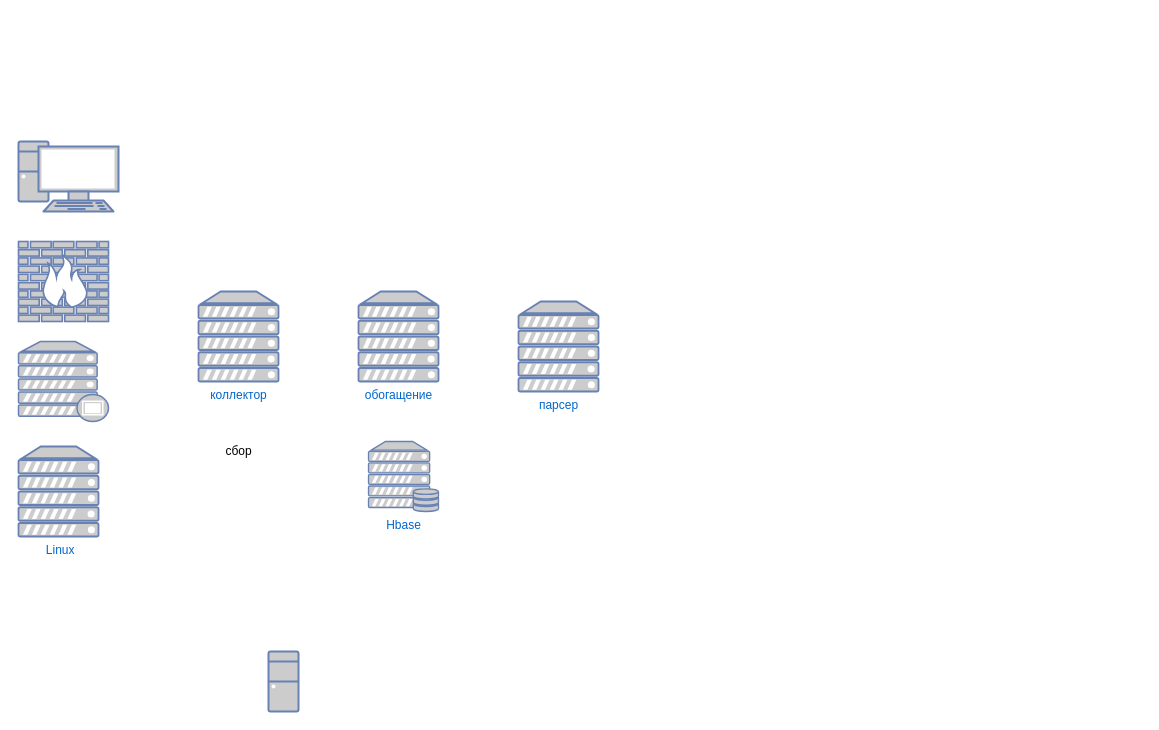
Earlier version of the draw.io diagram contrib/Untitled Diagram.drawio (zydyka/sigma). Source tidied: cells renumbered, new cells numbered last; positions are measured from the earlier drawing's top-left corner, leaving out a move shared by most shapes. Both pictures are drawn from the tidied source at 100%, with x=0, y=0 at pixel (18, 141).
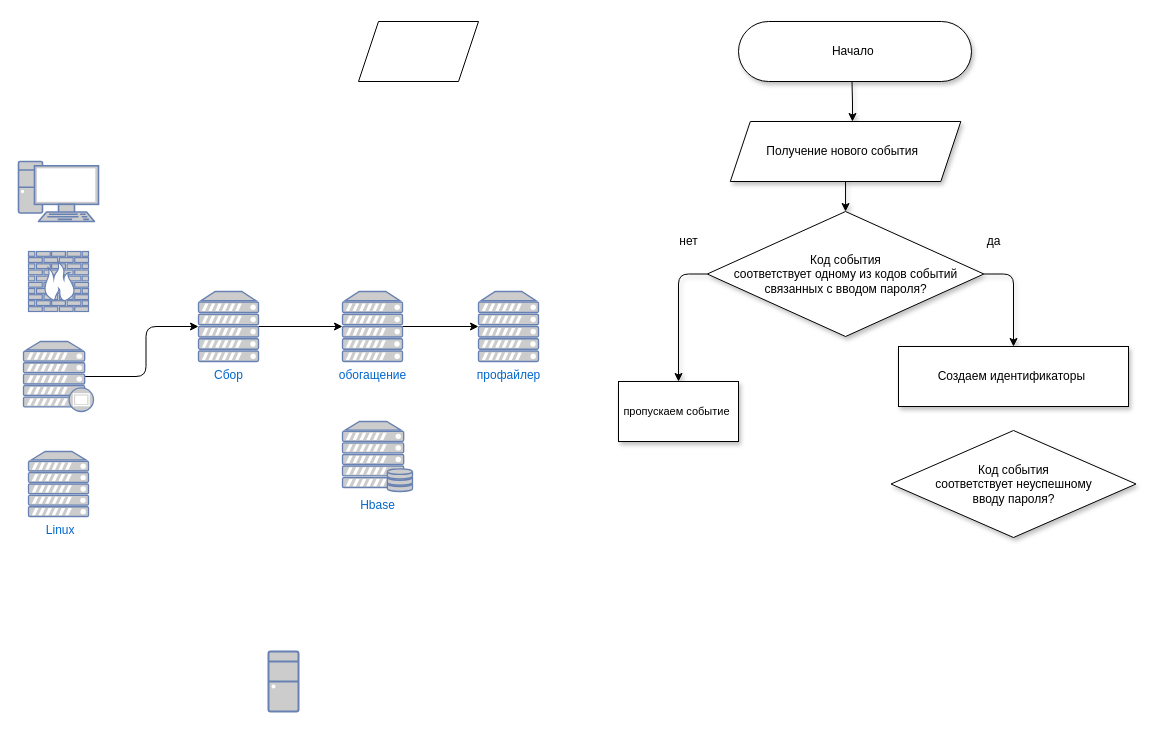
Above is the later version.

Change to the diagram source:
```diff
@@
     <mxCell id="2" style="fontColor=#0066CC;verticalAlign=top;verticalLabelPosition=bottom;labelPosition=center;align=center;html=1;fillColor=#CCCCCC;strokeColor=#6881B3;gradientColor=none;gradientDirection=north;strokeWidth=2;shape=mxgraph.networks.pc;" parent="1" vertex="1">
-      <mxGeometry width="100" height="70" as="geometry" />
+      <mxGeometry y="20" width="80" height="60" as="geometry" />
     </mxCell>
+    <mxCell id="12" style="edgeStyle=orthogonalEdgeStyle;jettySize=auto;html=1;exitX=0.88;exitY=0.5;exitDx=0;exitDy=0;exitPerimeter=0;" parent="1" edge="1" source="3" target="5">
+      <mxGeometry relative="1" as="geometry" />
+    </mxCell>
     <mxCell id="3" style="fontColor=#0066CC;verticalAlign=top;verticalLabelPosition=bottom;labelPosition=center;align=center;html=1;outlineConnect=0;fillColor=#CCCCCC;strokeColor=#6881B3;gradientColor=none;gradientDirection=north;strokeWidth=2;shape=mxgraph.networks.proxy_server;" parent="1" vertex="1">
-      <mxGeometry y="200" width="90" height="80" as="geometry" />
+      <mxGeometry x="5" y="200" width="70" height="70" as="geometry" />
     </mxCell>
     <mxCell id="4" value="&amp;nbsp;Linux" style="fontColor=#0066CC;verticalAlign=top;verticalLabelPosition=bottom;labelPosition=center;align=center;html=1;fillColor=#CCCCCC;strokeColor=#6881B3;gradientColor=none;gradientDirection=north;strokeWidth=2;shape=mxgraph.networks.server;" parent="1" vertex="1">
-      <mxGeometry y="305" width="80" height="90" as="geometry" />
+      <mxGeometry x="10" y="310" width="60" height="65" as="geometry" />
     </mxCell>
+    <mxCell id="13" style="edgeStyle=orthogonalEdgeStyle;jettySize=auto;html=1;exitX=1;exitY=0.5;exitDx=0;exitDy=0;exitPerimeter=0;entryX=0;entryY=0.5;entryDx=0;entryDy=0;entryPerimeter=0;" parent="1" edge="1" source="5" target="9">
+      <mxGeometry relative="1" as="geometry" />
+    </mxCell>
-    <mxCell id="5" value="коллектор" style="fontColor=#0066CC;verticalAlign=top;verticalLabelPosition=bottom;labelPosition=center;align=center;html=1;outlineConnect=0;fillColor=#CCCCCC;strokeColor=#6881B3;gradientColor=none;gradientDirection=north;strokeWidth=2;shape=mxgraph.networks.server;" parent="1" vertex="1">
-      <mxGeometry x="180" y="150" width="80" height="90" as="geometry" />
+    <mxCell id="5" value="Сбор" style="fontColor=#0066CC;verticalAlign=top;verticalLabelPosition=bottom;labelPosition=center;align=center;html=1;outlineConnect=0;fillColor=#CCCCCC;strokeColor=#6881B3;gradientColor=none;gradientDirection=north;strokeWidth=2;shape=mxgraph.networks.server;" parent="1" vertex="1">
+      <mxGeometry x="180" y="150" width="60" height="70" as="geometry" />
     </mxCell>
-    <mxCell id="6" value="сбор" style="text;html=1;align=center;verticalAlign=middle;strokeColor=none;" parent="1" vertex="1">
-      <mxGeometry x="200" y="300" width="40" height="20" as="geometry" />
-    </mxCell>
@@
     <mxCell id="8" style="fontColor=#0066CC;verticalAlign=top;verticalLabelPosition=bottom;labelPosition=center;align=center;html=1;fillColor=#CCCCCC;strokeColor=#6881B3;gradientColor=none;gradientDirection=north;strokeWidth=2;shape=mxgraph.networks.firewall;" parent="1" vertex="1">
-      <mxGeometry y="100" width="90" height="80" as="geometry" />
+      <mxGeometry x="10" y="110" width="60" height="60" as="geometry" />
     </mxCell>
+    <mxCell id="14" style="edgeStyle=orthogonalEdgeStyle;jettySize=auto;html=1;exitX=1;exitY=0.5;exitDx=0;exitDy=0;exitPerimeter=0;entryX=0;entryY=0.5;entryDx=0;entryDy=0;entryPerimeter=0;" parent="1" edge="1" source="9" target="10">
+      <mxGeometry relative="1" as="geometry" />
+    </mxCell>
     <mxCell id="9" value="обогащение" style="fontColor=#0066CC;verticalAlign=top;verticalLabelPosition=bottom;labelPosition=center;align=center;html=1;outlineConnect=0;fillColor=#CCCCCC;strokeColor=#6881B3;gradientColor=none;gradientDirection=north;strokeWidth=2;shape=mxgraph.networks.server;" parent="1" vertex="1">
-      <mxGeometry x="340" y="150" width="80" height="90" as="geometry" />
+      <mxGeometry x="324" y="150" width="60" height="70" as="geometry" />
     </mxCell>
-    <mxCell id="10" value="парсер" style="fontColor=#0066CC;verticalAlign=top;verticalLabelPosition=bottom;labelPosition=center;align=center;html=1;outlineConnect=0;fillColor=#CCCCCC;strokeColor=#6881B3;gradientColor=none;gradientDirection=north;strokeWidth=2;shape=mxgraph.networks.server;" parent="1" vertex="1">
-      <mxGeometry x="500" y="160" width="80" height="90" as="geometry" />
+    <mxCell id="10" value="профайлер" style="fontColor=#0066CC;verticalAlign=top;verticalLabelPosition=bottom;labelPosition=center;align=center;html=1;outlineConnect=0;fillColor=#CCCCCC;strokeColor=#6881B3;gradientColor=none;gradientDirection=north;strokeWidth=2;shape=mxgraph.networks.server;" parent="1" vertex="1">
+      <mxGeometry x="460" y="150" width="60" height="70" as="geometry" />
     </mxCell>
     <mxCell id="11" value="Hbase" style="fontColor=#0066CC;verticalAlign=top;verticalLabelPosition=bottom;labelPosition=center;align=center;html=1;fillColor=#CCCCCC;strokeColor=#6881B3;gradientColor=none;gradientDirection=north;strokeWidth=2;shape=mxgraph.networks.server_storage;" parent="1" vertex="1">
-      <mxGeometry x="350" y="300" width="70" height="70" as="geometry" />
+      <mxGeometry x="324" y="280" width="70" height="70" as="geometry" />
     </mxCell>
+    <mxCell id="15" style="edgeStyle=orthogonalEdgeStyle;rounded=0;jettySize=auto;html=1;exitX=0.5;exitY=1;exitDx=0;exitDy=0;entryX=0.53;entryY=0;entryDx=0;entryDy=0;entryPerimeter=0;shadow=1;" parent="1" edge="1" target="17">
+      <mxGeometry relative="1" as="geometry">
+        <mxPoint x="833.5" y="-60" as="sourcePoint" />
+      </mxGeometry>
+    </mxCell>
+    <mxCell id="16" style="edgeStyle=orthogonalEdgeStyle;rounded=0;jettySize=auto;html=1;exitX=0.5;exitY=1;exitDx=0;exitDy=0;entryX=0.5;entryY=0;entryDx=0;entryDy=0;entryPerimeter=0;shadow=1;" parent="1" edge="1" source="17" target="21">
+      <mxGeometry relative="1" as="geometry" />
+    </mxCell>
+    <mxCell id="17" value="Получение нового события&amp;nbsp;&amp;nbsp;" style="shape=parallelogram;perimeter=parallelogramPerimeter;whiteSpace=wrap;html=1;fixedSize=1;shadow=1;" parent="1" vertex="1">
+      <mxGeometry x="711.8" y="-20" width="230.5" height="60" as="geometry" />
+    </mxCell>
+    <mxCell id="18" style="shape=parallelogram;perimeter=parallelogramPerimeter;whiteSpace=wrap;html=1;fixedSize=1;" parent="1" vertex="1">
+      <mxGeometry x="340" y="-120" width="120" height="60" as="geometry" />
+    </mxCell>
+    <mxCell id="19" style="edgeStyle=orthogonalEdgeStyle;jettySize=auto;html=1;exitX=0;exitY=0.5;exitDx=0;exitDy=0;entryX=0.5;entryY=0;entryDx=0;entryDy=0;shadow=1;" parent="1" edge="1" source="21" target="25">
+      <mxGeometry relative="1" as="geometry" />
+    </mxCell>
+    <mxCell id="20" style="jettySize=auto;html=1;exitX=1;exitY=0.5;exitDx=0;exitDy=0;entryX=0.5;entryY=0;entryDx=0;entryDy=0;shadow=1;edgeStyle=orthogonalEdgeStyle;endSize=6;" parent="1" edge="1" source="21" target="23">
+      <mxGeometry relative="1" as="geometry" />
+    </mxCell>
+    <mxCell id="21" value="Код события&lt;br&gt;&amp;nbsp;соответствует одному из кодов событий&amp;nbsp;&lt;br&gt;связанных с вводом пароля?" style="rhombus;whiteSpace=wrap;html=1;shadow=1;" parent="1" vertex="1">
+      <mxGeometry x="688.8" y="70" width="276.5" height="125" as="geometry" />
+    </mxCell>
+    <mxCell id="22" value="нет" style="text;html=1;align=center;verticalAlign=middle;strokeColor=none;shadow=1;" parent="1" vertex="1">
+      <mxGeometry x="655" y="90" width="30" height="20" as="geometry" />
+    </mxCell>
+    <mxCell id="23" value="Создаем идентификаторы&amp;nbsp;" style="whiteSpace=wrap;html=1;shadow=1;" parent="1" vertex="1">
+      <mxGeometry x="880" y="205" width="230" height="60" as="geometry" />
+    </mxCell>
+    <mxCell id="24" value="да" style="text;html=1;align=center;verticalAlign=middle;strokeColor=none;shadow=1;" parent="1" vertex="1">
+      <mxGeometry x="960" y="90" width="30" height="20" as="geometry" />
+    </mxCell>
+    <mxCell id="25" value="&lt;span style=&quot;font-size: 11px ; background-color: rgb(255 , 255 , 255)&quot;&gt;пропускаем событие&amp;nbsp;&lt;/span&gt;" style="whiteSpace=wrap;html=1;shadow=1;" parent="1" vertex="1">
+      <mxGeometry x="600" y="240" width="120" height="60" as="geometry" />
+    </mxCell>
+    <mxCell id="26" value="&lt;span&gt;Код события&lt;/span&gt;&lt;br&gt;&lt;span&gt;&amp;nbsp;соответствует неуспешному&amp;nbsp;&lt;br&gt;вводу пароля?&lt;br&gt;&lt;/span&gt;" style="rhombus;whiteSpace=wrap;html=1;shadow=1;fillColor=#ffffff;gradientColor=none;" parent="1" vertex="1">
+      <mxGeometry x="872.5" y="289" width="245" height="107" as="geometry" />
+    </mxCell>
+    <mxCell id="27" value="&lt;span style=&quot;background-color: rgb(255 , 255 , 255)&quot;&gt;Начало&amp;nbsp;&lt;/span&gt;" style="rounded=1;whiteSpace=wrap;html=1;shadow=1;fillColor=#ffffff;gradientColor=none;arcSize=50;" parent="1" vertex="1">
+      <mxGeometry x="720" y="-120" width="233" height="60" as="geometry" />
+    </mxCell>
```
